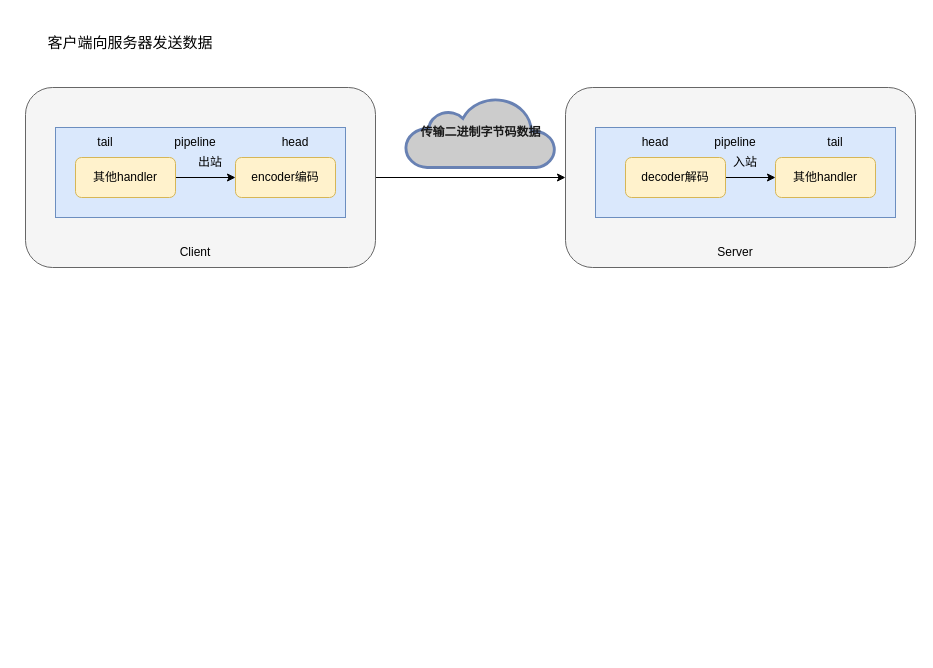
Before: images/diagrams/未命名绘图2.drawio in wizbao/wizbao, a draw.io diagram. Source tidied: cells renumbered, new cells numbered last; positions are measured from the earlier drawing's top-left corner, leaving out a move shared by most shapes. Both pictures are drawn from the tidied source at 100%, with x=0, y=0 at pixel (25, 17).
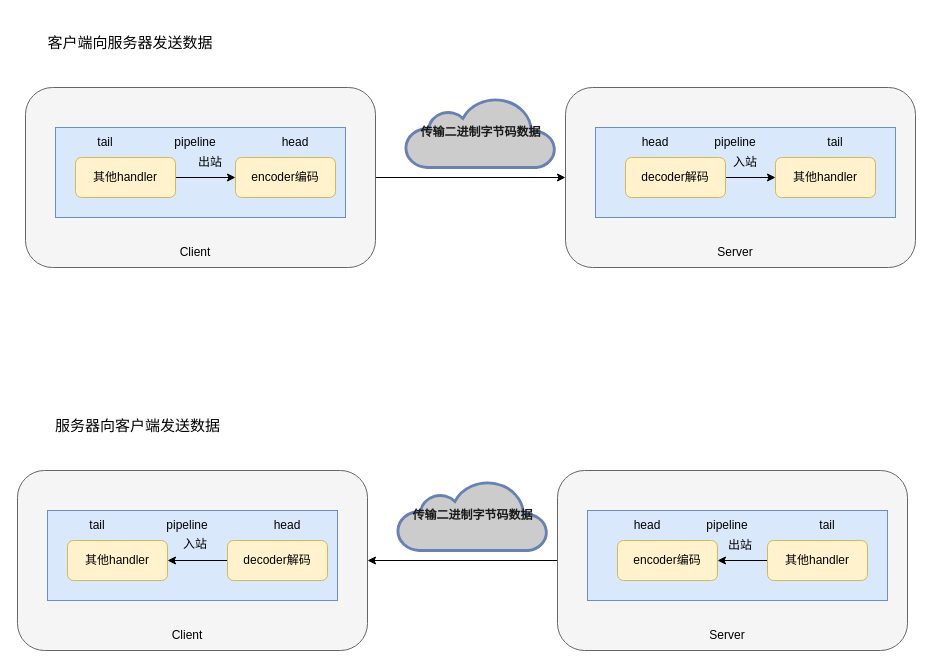
The same page after the edit.

Commit message:
更新未命名绘图2.drawio

The edit, as a diff of the source:
```diff
@@
+    <mxCell id="25" style="rounded=1;whiteSpace=wrap;html=1;fillColor=#f5f5f5;fontColor=#333333;strokeColor=#666666;" parent="1" vertex="1">
+      <mxGeometry x="-8" y="453" width="350" height="180" as="geometry" />
+    </mxCell>
+    <mxCell id="26" value="&lt;font color=&quot;#1a1a1a&quot;&gt;&lt;b&gt;传输二进制字节码数据&lt;/b&gt;&lt;/font&gt;" style="html=1;fillColor=#CCCCCC;strokeColor=#6881B3;gradientColor=none;gradientDirection=north;strokeWidth=2;shape=mxgraph.networks.cloud;fontColor=#ffffff;" parent="1" vertex="1">
+      <mxGeometry x="372" y="463" width="150" height="70" as="geometry" />
+    </mxCell>
+    <mxCell id="27" style="rounded=0;whiteSpace=wrap;html=1;fillColor=#dae8fc;strokeColor=#6c8ebf;" parent="1" vertex="1">
+      <mxGeometry x="22" y="493" width="290" height="90" as="geometry" />
+    </mxCell>
+    <mxCell id="28" value="Client" style="text;html=1;strokeColor=none;fillColor=none;align=center;verticalAlign=middle;whiteSpace=wrap;rounded=0;" parent="1" vertex="1">
+      <mxGeometry x="132" y="603" width="60" height="30" as="geometry" />
+    </mxCell>
+    <mxCell id="29" value="其他handler" style="rounded=1;whiteSpace=wrap;html=1;fillColor=#fff2cc;strokeColor=#d6b656;" parent="1" vertex="1">
+      <mxGeometry x="42" y="523" width="100" height="40" as="geometry" />
+    </mxCell>
+    <mxCell id="30" style="edgeStyle=orthogonalEdgeStyle;rounded=0;jettySize=auto;html=1;exitX=0;exitY=0.5;exitDx=0;exitDy=0;" parent="1" edge="1" source="31" target="29">
+      <mxGeometry relative="1" as="geometry" />
+    </mxCell>
+    <mxCell id="31" value="decoder解码" style="rounded=1;whiteSpace=wrap;html=1;fillColor=#fff2cc;strokeColor=#d6b656;" parent="1" vertex="1">
+      <mxGeometry x="202" y="523" width="100" height="40" as="geometry" />
+    </mxCell>
+    <mxCell id="32" value="pipeline" style="text;html=1;strokeColor=none;fillColor=none;align=center;verticalAlign=middle;whiteSpace=wrap;rounded=0;" parent="1" vertex="1">
+      <mxGeometry x="132" y="493" width="60" height="30" as="geometry" />
+    </mxCell>
+    <mxCell id="33" style="edgeStyle=orthogonalEdgeStyle;rounded=0;jettySize=auto;html=1;exitX=0;exitY=0.5;exitDx=0;exitDy=0;entryX=1;entryY=0.5;entryDx=0;entryDy=0;" parent="1" edge="1" source="34" target="25">
+      <mxGeometry relative="1" as="geometry" />
+    </mxCell>
+    <mxCell id="34" style="rounded=1;whiteSpace=wrap;html=1;fillColor=#f5f5f5;fontColor=#333333;strokeColor=#666666;" parent="1" vertex="1">
+      <mxGeometry x="532" y="453" width="350" height="180" as="geometry" />
+    </mxCell>
+    <mxCell id="35" style="rounded=0;whiteSpace=wrap;html=1;fillColor=#dae8fc;strokeColor=#6c8ebf;" parent="1" vertex="1">
+      <mxGeometry x="562" y="493" width="300" height="90" as="geometry" />
+    </mxCell>
+    <mxCell id="36" value="Server" style="text;html=1;strokeColor=none;fillColor=none;align=center;verticalAlign=middle;whiteSpace=wrap;rounded=0;" parent="1" vertex="1">
+      <mxGeometry x="672" y="603" width="60" height="30" as="geometry" />
+    </mxCell>
+    <mxCell id="37" value="encoder编码" style="rounded=1;whiteSpace=wrap;html=1;fillColor=#fff2cc;strokeColor=#d6b656;" parent="1" vertex="1">
+      <mxGeometry x="592" y="523" width="100" height="40" as="geometry" />
+    </mxCell>
+    <mxCell id="38" style="edgeStyle=orthogonalEdgeStyle;rounded=0;jettySize=auto;html=1;exitX=0;exitY=0.5;exitDx=0;exitDy=0;" parent="1" edge="1" source="39" target="37">
+      <mxGeometry relative="1" as="geometry" />
+    </mxCell>
+    <mxCell id="39" value="其他handler" style="rounded=1;whiteSpace=wrap;html=1;fillColor=#fff2cc;strokeColor=#d6b656;" parent="1" vertex="1">
+      <mxGeometry x="742" y="523" width="100" height="40" as="geometry" />
+    </mxCell>
+    <mxCell id="40" value="pipeline" style="text;html=1;strokeColor=none;fillColor=none;align=center;verticalAlign=middle;whiteSpace=wrap;rounded=0;" parent="1" vertex="1">
+      <mxGeometry x="672" y="493" width="60" height="30" as="geometry" />
+    </mxCell>
+    <mxCell id="41" value="tail" style="text;html=1;strokeColor=none;fillColor=none;align=center;verticalAlign=middle;whiteSpace=wrap;rounded=0;" parent="1" vertex="1">
+      <mxGeometry x="42" y="493" width="60" height="30" as="geometry" />
+    </mxCell>
+    <mxCell id="42" value="head" style="text;html=1;strokeColor=none;fillColor=none;align=center;verticalAlign=middle;whiteSpace=wrap;rounded=0;" parent="1" vertex="1">
+      <mxGeometry x="232" y="493" width="60" height="30" as="geometry" />
+    </mxCell>
+    <mxCell id="43" value="head" style="text;html=1;strokeColor=none;fillColor=none;align=center;verticalAlign=middle;whiteSpace=wrap;rounded=0;" parent="1" vertex="1">
+      <mxGeometry x="592" y="493" width="60" height="30" as="geometry" />
+    </mxCell>
+    <mxCell id="44" value="tail" style="text;html=1;strokeColor=none;fillColor=none;align=center;verticalAlign=middle;whiteSpace=wrap;rounded=0;" parent="1" vertex="1">
+      <mxGeometry x="772" y="493" width="60" height="30" as="geometry" />
+    </mxCell>
+    <mxCell id="45" value="入站" style="text;html=1;strokeColor=none;fillColor=none;align=center;verticalAlign=middle;whiteSpace=wrap;rounded=0;" parent="1" vertex="1">
+      <mxGeometry x="140" y="512" width="60" height="30" as="geometry" />
+    </mxCell>
+    <mxCell id="46" value="出站" style="text;html=1;strokeColor=none;fillColor=none;align=center;verticalAlign=middle;whiteSpace=wrap;rounded=0;" parent="1" vertex="1">
+      <mxGeometry x="685" y="513" width="60" height="30" as="geometry" />
+    </mxCell>
+    <mxCell id="47" value="服务器向客户端发送数据" style="text;html=1;strokeColor=none;fillColor=none;align=center;verticalAlign=middle;whiteSpace=wrap;rounded=0;strokeWidth=1;fontSize=15;" parent="1" vertex="1">
+      <mxGeometry x="12" y="383" width="201" height="50" as="geometry" />
+    </mxCell>
```
